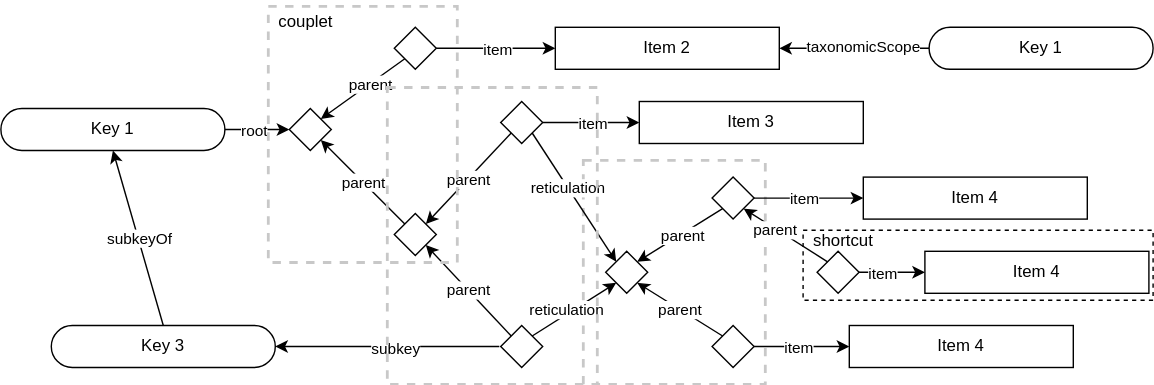
This is docs/media/schema-relationships.drawio.svg from rbgvictoria/keybase_model, a draw.io export, as it was before one commit. Source tidied: cells renumbered, new cells last; positions are measured from the earlier drawing's top-left corner, leaving out a move shared by most shapes. Its diagram source:
```xml
<mxGraphModel>
  <root>
    <mxCell id="0" />
    <mxCell id="1" parent="0" />
    <mxCell id="2" style="rounded=0;whiteSpace=wrap;html=1;fillColor=none;dashed=1;strokeWidth=2;strokeColor=#C8C8C8;" parent="1" vertex="1">
      <mxGeometry x="416" y="114" width="130" height="160" as="geometry" />
    </mxCell>
    <mxCell id="3" style="rounded=0;whiteSpace=wrap;html=1;fillColor=none;dashed=1;" parent="1" vertex="1">
      <mxGeometry x="573" y="164" width="250" height="50" as="geometry" />
    </mxCell>
    <mxCell id="4" value="Key 1" style="rounded=1;whiteSpace=wrap;html=1;arcSize=50;" parent="1" vertex="1">
      <mxGeometry y="77" width="160" height="30" as="geometry" />
    </mxCell>
    <mxCell id="5" style="rhombus;whiteSpace=wrap;html=1;" parent="1" vertex="1">
      <mxGeometry x="206" y="77" width="30" height="30" as="geometry" />
    </mxCell>
    <mxCell id="6" style="endArrow=classic;html=1;rounded=0;exitX=1;exitY=0.5;exitDx=0;exitDy=0;entryX=0;entryY=0.5;entryDx=0;entryDy=0;" parent="1" edge="1" source="4" target="5">
      <mxGeometry relative="1" as="geometry" />
    </mxCell>
    <mxCell id="7" value="root" style="edgeLabel;html=1;align=center;verticalAlign=middle;" parent="6" vertex="1">
      <mxGeometry x="-0.11" relative="1" as="geometry" />
    </mxCell>
    <mxCell id="8" style="rhombus;whiteSpace=wrap;html=1;" parent="1" vertex="1">
      <mxGeometry x="281" y="19" width="30" height="30" as="geometry" />
    </mxCell>
    <mxCell id="9" style="endArrow=classic;html=1;rounded=0;entryX=1;entryY=0;entryDx=0;entryDy=0;exitX=0;exitY=1;exitDx=0;exitDy=0;" parent="1" edge="1" source="8" target="5">
      <mxGeometry relative="1" as="geometry" />
    </mxCell>
    <mxCell id="10" value="parent" style="edgeLabel;html=1;align=center;verticalAlign=middle;" parent="9" vertex="1">
      <mxGeometry x="-0.17" relative="1" as="geometry" />
    </mxCell>
    <mxCell id="11" style="rhombus;whiteSpace=wrap;html=1;" parent="1" vertex="1">
      <mxGeometry x="281" y="152" width="30" height="30" as="geometry" />
    </mxCell>
    <mxCell id="12" style="rhombus;whiteSpace=wrap;html=1;" parent="1" vertex="1">
      <mxGeometry x="357" y="72" width="30" height="30" as="geometry" />
    </mxCell>
    <mxCell id="13" value="Item 2" style="rounded=0;whiteSpace=wrap;html=1;" parent="1" vertex="1">
      <mxGeometry x="396" y="19" width="160" height="30" as="geometry" />
    </mxCell>
    <mxCell id="14" style="rhombus;whiteSpace=wrap;html=1;" parent="1" vertex="1">
      <mxGeometry x="357" y="232" width="30" height="30" as="geometry" />
    </mxCell>
    <mxCell id="15" value="Item 3" style="rounded=0;whiteSpace=wrap;html=1;" parent="1" vertex="1">
      <mxGeometry x="456" y="72" width="160" height="30" as="geometry" />
    </mxCell>
    <mxCell id="16" style="rhombus;whiteSpace=wrap;html=1;" parent="1" vertex="1">
      <mxGeometry x="432" y="179" width="30" height="30" as="geometry" />
    </mxCell>
    <mxCell id="17" style="endArrow=classic;html=1;rounded=0;entryX=0;entryY=0;entryDx=0;entryDy=0;exitX=1;exitY=1;exitDx=0;exitDy=0;" parent="1" edge="1" source="12" target="16">
      <mxGeometry relative="1" as="geometry" />
    </mxCell>
    <mxCell id="18" value="reticulation" style="edgeLabel;html=1;align=center;verticalAlign=middle;" parent="17" vertex="1">
      <mxGeometry x="-0.15" relative="1" as="geometry" />
    </mxCell>
    <mxCell id="19" style="endArrow=classic;html=1;rounded=0;entryX=0;entryY=1;entryDx=0;entryDy=0;exitX=1;exitY=0;exitDx=0;exitDy=0;" parent="1" edge="1" source="14" target="16">
      <mxGeometry relative="1" as="geometry" />
    </mxCell>
    <mxCell id="20" value="reticulation" style="edgeLabel;html=1;align=center;verticalAlign=middle;" parent="19" vertex="1">
      <mxGeometry x="-0.04" y="1" relative="1" as="geometry">
        <mxPoint x="-4" as="offset" />
      </mxGeometry>
    </mxCell>
    <mxCell id="21" value="Item 4" style="rounded=0;whiteSpace=wrap;html=1;" parent="1" vertex="1">
      <mxGeometry x="616" y="126" width="160" height="30" as="geometry" />
    </mxCell>
    <mxCell id="22" style="rhombus;whiteSpace=wrap;html=1;" parent="1" vertex="1">
      <mxGeometry x="508" y="126" width="30" height="30" as="geometry" />
    </mxCell>
    <mxCell id="23" style="endArrow=classic;html=1;rounded=0;exitX=0;exitY=1;exitDx=0;exitDy=0;entryX=1;entryY=0;entryDx=0;entryDy=0;" parent="1" edge="1" source="22" target="16">
      <mxGeometry relative="1" as="geometry" />
    </mxCell>
    <mxCell id="24" value="parent" style="edgeLabel;html=1;align=center;verticalAlign=middle;" parent="23" vertex="1">
      <mxGeometry x="-0.03" y="1" relative="1" as="geometry" />
    </mxCell>
    <mxCell id="25" style="endArrow=classic;html=1;rounded=0;entryX=0;entryY=0.5;entryDx=0;entryDy=0;exitX=1;exitY=0.5;exitDx=0;exitDy=0;" parent="1" edge="1" source="22" target="21">
      <mxGeometry relative="1" as="geometry" />
    </mxCell>
    <mxCell id="26" value="item" style="edgeLabel;html=1;align=center;verticalAlign=middle;" parent="25" vertex="1">
      <mxGeometry x="-0.09" relative="1" as="geometry" />
    </mxCell>
    <mxCell id="27" value="Key 3" style="rounded=1;whiteSpace=wrap;html=1;arcSize=50;" parent="1" vertex="1">
      <mxGeometry x="36" y="232" width="160" height="30" as="geometry" />
    </mxCell>
    <mxCell id="28" style="endArrow=classic;html=1;rounded=0;entryX=1;entryY=0.5;entryDx=0;entryDy=0;" parent="1" edge="1" target="27">
      <mxGeometry relative="1" as="geometry">
        <mxPoint x="356" y="247" as="sourcePoint" />
      </mxGeometry>
    </mxCell>
    <mxCell id="29" value="subkey" style="edgeLabel;html=1;align=center;verticalAlign=middle;" parent="28" vertex="1">
      <mxGeometry x="-0.06" y="1" relative="1" as="geometry" />
    </mxCell>
    <mxCell id="30" style="endArrow=classic;html=1;rounded=0;exitX=0.5;exitY=0;exitDx=0;exitDy=0;entryX=0.5;entryY=1;entryDx=0;entryDy=0;" parent="1" edge="1" source="27" target="4">
      <mxGeometry relative="1" as="geometry" />
    </mxCell>
    <mxCell id="31" value="subkeyOf" style="edgeLabel;html=1;align=center;verticalAlign=middle;" parent="30" vertex="1">
      <mxGeometry relative="1" as="geometry" />
    </mxCell>
    <mxCell id="32" style="endArrow=classic;html=1;rounded=0;exitX=0;exitY=1;exitDx=0;exitDy=0;entryX=1;entryY=0;entryDx=0;entryDy=0;" parent="1" edge="1" source="12" target="11">
      <mxGeometry relative="1" as="geometry" />
    </mxCell>
    <mxCell id="33" value="parent" style="edgeLabel;html=1;align=center;verticalAlign=middle;" parent="32" vertex="1">
      <mxGeometry relative="1" as="geometry" />
    </mxCell>
    <mxCell id="34" style="endArrow=classic;html=1;rounded=0;entryX=0;entryY=0.5;entryDx=0;entryDy=0;exitX=1;exitY=0.5;exitDx=0;exitDy=0;" parent="1" edge="1" source="12" target="15">
      <mxGeometry relative="1" as="geometry" />
    </mxCell>
    <mxCell id="35" value="item" style="edgeLabel;html=1;align=center;verticalAlign=middle;" parent="34" vertex="1">
      <mxGeometry relative="1" as="geometry" />
    </mxCell>
    <mxCell id="36" style="rhombus;whiteSpace=wrap;html=1;" parent="1" vertex="1">
      <mxGeometry x="508" y="232" width="30" height="30" as="geometry" />
    </mxCell>
    <mxCell id="37" style="endArrow=classic;html=1;rounded=0;exitX=0;exitY=0;exitDx=0;exitDy=0;entryX=1;entryY=1;entryDx=0;entryDy=0;" parent="1" edge="1" source="36" target="16">
      <mxGeometry relative="1" as="geometry" />
    </mxCell>
    <mxCell id="38" value="parent" style="edgeLabel;html=1;align=center;verticalAlign=middle;" parent="37" vertex="1">
      <mxGeometry relative="1" as="geometry" />
    </mxCell>
    <mxCell id="39" style="endArrow=classic;html=1;rounded=0;exitX=0;exitY=0;exitDx=0;exitDy=0;entryX=1;entryY=1;entryDx=0;entryDy=0;" parent="1" edge="1" source="14" target="11">
      <mxGeometry relative="1" as="geometry" />
    </mxCell>
    <mxCell id="40" value="parent" style="edgeLabel;html=1;align=center;verticalAlign=middle;" parent="39" vertex="1">
      <mxGeometry relative="1" as="geometry" />
    </mxCell>
    <mxCell id="41" value="Item 4" style="rounded=0;whiteSpace=wrap;html=1;" parent="1" vertex="1">
      <mxGeometry x="606" y="232" width="160" height="30" as="geometry" />
    </mxCell>
    <mxCell id="42" style="endArrow=classic;html=1;rounded=0;entryX=0;entryY=0.5;entryDx=0;entryDy=0;exitX=1;exitY=0.5;exitDx=0;exitDy=0;" parent="1" edge="1" source="36" target="41">
      <mxGeometry relative="1" as="geometry" />
    </mxCell>
    <mxCell id="43" value="item" style="edgeLabel;html=1;align=center;verticalAlign=middle;" parent="42" vertex="1">
      <mxGeometry x="-0.09" relative="1" as="geometry" />
    </mxCell>
    <mxCell id="44" style="rhombus;whiteSpace=wrap;html=1;" parent="1" vertex="1">
      <mxGeometry x="583" y="179" width="30" height="30" as="geometry" />
    </mxCell>
    <mxCell id="45" value="Item 4" style="rounded=0;whiteSpace=wrap;html=1;" parent="1" vertex="1">
      <mxGeometry x="660" y="179" width="160" height="30" as="geometry" />
    </mxCell>
    <mxCell id="46" style="endArrow=classic;html=1;rounded=0;entryX=0;entryY=0.5;entryDx=0;entryDy=0;exitX=1;exitY=0.5;exitDx=0;exitDy=0;" parent="1" edge="1" source="44" target="45">
      <mxGeometry relative="1" as="geometry" />
    </mxCell>
    <mxCell id="47" value="item" style="edgeLabel;html=1;align=center;verticalAlign=middle;" parent="46" vertex="1">
      <mxGeometry x="-0.09" relative="1" as="geometry">
        <mxPoint x="-5" as="offset" />
      </mxGeometry>
    </mxCell>
    <mxCell id="48" style="endArrow=classic;html=1;rounded=0;exitX=0;exitY=0;exitDx=0;exitDy=0;entryX=1;entryY=1;entryDx=0;entryDy=0;" parent="1" edge="1" source="44" target="22">
      <mxGeometry relative="1" as="geometry" />
    </mxCell>
    <mxCell id="49" value="parent" style="edgeLabel;html=1;align=center;verticalAlign=middle;" parent="48" vertex="1">
      <mxGeometry relative="1" as="geometry">
        <mxPoint x="-8" y="-4" as="offset" />
      </mxGeometry>
    </mxCell>
    <mxCell id="50" style="endArrow=classic;html=1;rounded=0;entryX=0;entryY=0.5;entryDx=0;entryDy=0;exitX=1;exitY=0.5;exitDx=0;exitDy=0;" parent="1" edge="1" source="8" target="13">
      <mxGeometry relative="1" as="geometry" />
    </mxCell>
    <mxCell id="51" value="item" style="edgeLabel;html=1;align=center;verticalAlign=middle;" parent="50" vertex="1">
      <mxGeometry relative="1" as="geometry" />
    </mxCell>
    <mxCell id="52" style="endArrow=classic;html=1;rounded=0;entryX=1;entryY=1;entryDx=0;entryDy=0;exitX=0;exitY=0;exitDx=0;exitDy=0;" parent="1" edge="1" source="11" target="5">
      <mxGeometry relative="1" as="geometry" />
    </mxCell>
    <mxCell id="53" value="parent" style="edgeLabel;html=1;align=center;verticalAlign=middle;" parent="52" vertex="1">
      <mxGeometry relative="1" as="geometry" />
    </mxCell>
    <mxCell id="54" value="Key 1" style="rounded=1;whiteSpace=wrap;html=1;arcSize=50;" parent="1" vertex="1">
      <mxGeometry x="663" y="19" width="160" height="30" as="geometry" />
    </mxCell>
    <mxCell id="55" style="rounded=0;whiteSpace=wrap;html=1;fillColor=none;dashed=1;strokeWidth=2;strokeColor=#C8C8C8;" parent="1" vertex="1">
      <mxGeometry x="191" y="4" width="135" height="183" as="geometry" />
    </mxCell>
    <mxCell id="56" value="shortcut" style="text;html=1;align=center;verticalAlign=middle;whiteSpace=wrap;rounded=0;" parent="1" vertex="1">
      <mxGeometry x="572" y="157" width="60" height="30" as="geometry" />
    </mxCell>
    <mxCell id="57" style="endArrow=classic;html=1;rounded=0;entryX=1;entryY=0.5;entryDx=0;entryDy=0;exitX=0;exitY=0.5;exitDx=0;exitDy=0;" parent="1" edge="1" source="54" target="13">
      <mxGeometry relative="1" as="geometry" />
    </mxCell>
    <mxCell id="58" value="taxonomicScope" style="edgeLabel;html=1;align=center;verticalAlign=middle;" parent="57" vertex="1">
      <mxGeometry relative="1" as="geometry">
        <mxPoint x="6" y="-2" as="offset" />
      </mxGeometry>
    </mxCell>
    <mxCell id="59" style="rounded=0;whiteSpace=wrap;html=1;fillColor=none;dashed=1;strokeWidth=2;strokeColor=#C8C8C8;" parent="1" vertex="1">
      <mxGeometry x="276" y="62" width="150" height="212" as="geometry" />
    </mxCell>
    <mxCell id="60" value="couplet" style="text;html=1;align=center;verticalAlign=middle;whiteSpace=wrap;rounded=0;" parent="1" vertex="1">
      <mxGeometry x="188" width="60" height="30" as="geometry" />
    </mxCell>
  </root>
</mxGraphModel>
```
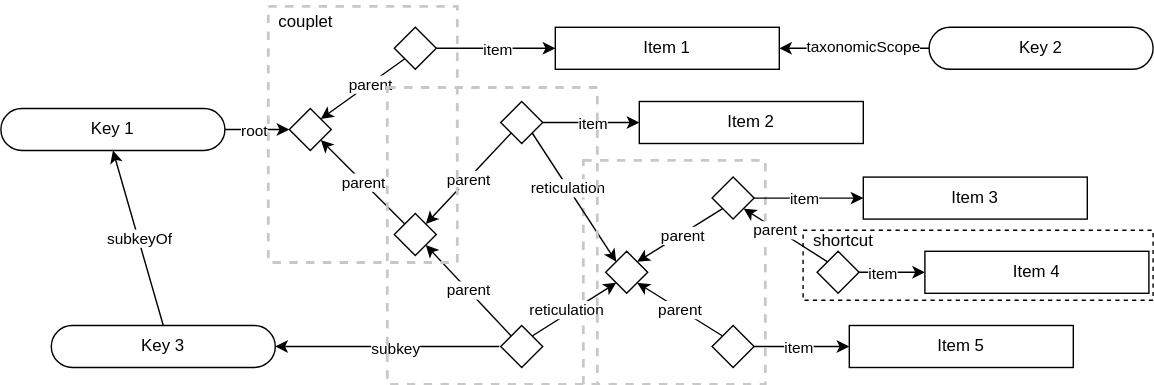
After the change.

Diff of the diagram source:
```diff
@@ -35,13 +35,13 @@
     <mxCell id="12" style="rhombus;whiteSpace=wrap;html=1;" parent="1" vertex="1">
       <mxGeometry x="357" y="72" width="30" height="30" as="geometry" />
     </mxCell>
-    <mxCell id="13" value="Item 2" style="rounded=0;whiteSpace=wrap;html=1;" parent="1" vertex="1">
+    <mxCell id="13" value="Item 1" style="rounded=0;whiteSpace=wrap;html=1;" parent="1" vertex="1">
       <mxGeometry x="396" y="19" width="160" height="30" as="geometry" />
     </mxCell>
     <mxCell id="14" style="rhombus;whiteSpace=wrap;html=1;" parent="1" vertex="1">
       <mxGeometry x="357" y="232" width="30" height="30" as="geometry" />
     </mxCell>
-    <mxCell id="15" value="Item 3" style="rounded=0;whiteSpace=wrap;html=1;" parent="1" vertex="1">
+    <mxCell id="15" value="Item 2" style="rounded=0;whiteSpace=wrap;html=1;" parent="1" vertex="1">
       <mxGeometry x="456" y="72" width="160" height="30" as="geometry" />
     </mxCell>
     <mxCell id="16" style="rhombus;whiteSpace=wrap;html=1;" parent="1" vertex="1">
@@ -61,7 +61,7 @@
         <mxPoint x="-4" as="offset" />
       </mxGeometry>
     </mxCell>
-    <mxCell id="21" value="Item 4" style="rounded=0;whiteSpace=wrap;html=1;" parent="1" vertex="1">
+    <mxCell id="21" value="Item 3" style="rounded=0;whiteSpace=wrap;html=1;" parent="1" vertex="1">
       <mxGeometry x="616" y="126" width="160" height="30" as="geometry" />
     </mxCell>
     <mxCell id="22" style="rhombus;whiteSpace=wrap;html=1;" parent="1" vertex="1">
@@ -123,7 +123,7 @@
     <mxCell id="40" value="parent" style="edgeLabel;html=1;align=center;verticalAlign=middle;" parent="39" vertex="1">
       <mxGeometry relative="1" as="geometry" />
     </mxCell>
-    <mxCell id="41" value="Item 4" style="rounded=0;whiteSpace=wrap;html=1;" parent="1" vertex="1">
+    <mxCell id="41" value="Item 5" style="rounded=0;whiteSpace=wrap;html=1;" parent="1" vertex="1">
       <mxGeometry x="606" y="232" width="160" height="30" as="geometry" />
     </mxCell>
     <mxCell id="42" style="endArrow=classic;html=1;rounded=0;entryX=0;entryY=0.5;entryDx=0;entryDy=0;exitX=1;exitY=0.5;exitDx=0;exitDy=0;" parent="1" edge="1" source="36" target="41">
@@ -166,7 +166,7 @@
     <mxCell id="53" value="parent" style="edgeLabel;html=1;align=center;verticalAlign=middle;" parent="52" vertex="1">
       <mxGeometry relative="1" as="geometry" />
     </mxCell>
-    <mxCell id="54" value="Key 1" style="rounded=1;whiteSpace=wrap;html=1;arcSize=50;" parent="1" vertex="1">
+    <mxCell id="54" value="Key 2" style="rounded=1;whiteSpace=wrap;html=1;arcSize=50;" parent="1" vertex="1">
       <mxGeometry x="663" y="19" width="160" height="30" as="geometry" />
     </mxCell>
     <mxCell id="55" style="rounded=0;whiteSpace=wrap;html=1;fillColor=none;dashed=1;strokeWidth=2;strokeColor=#C8C8C8;" parent="1" vertex="1">
```
